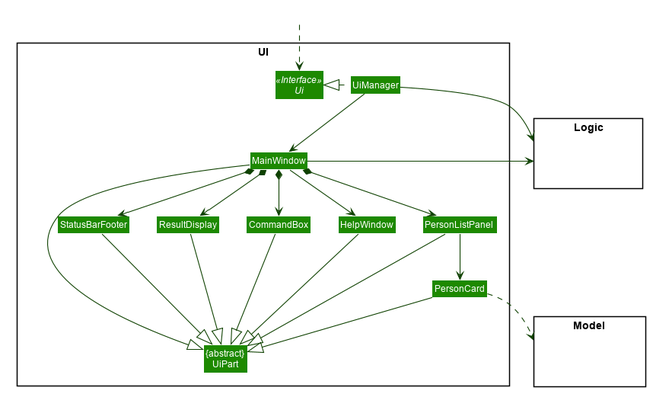
Earlier version of the PlantUML export docs/images/UiClassDiagram.png (nus-cs2103-AY2021S2/tp).
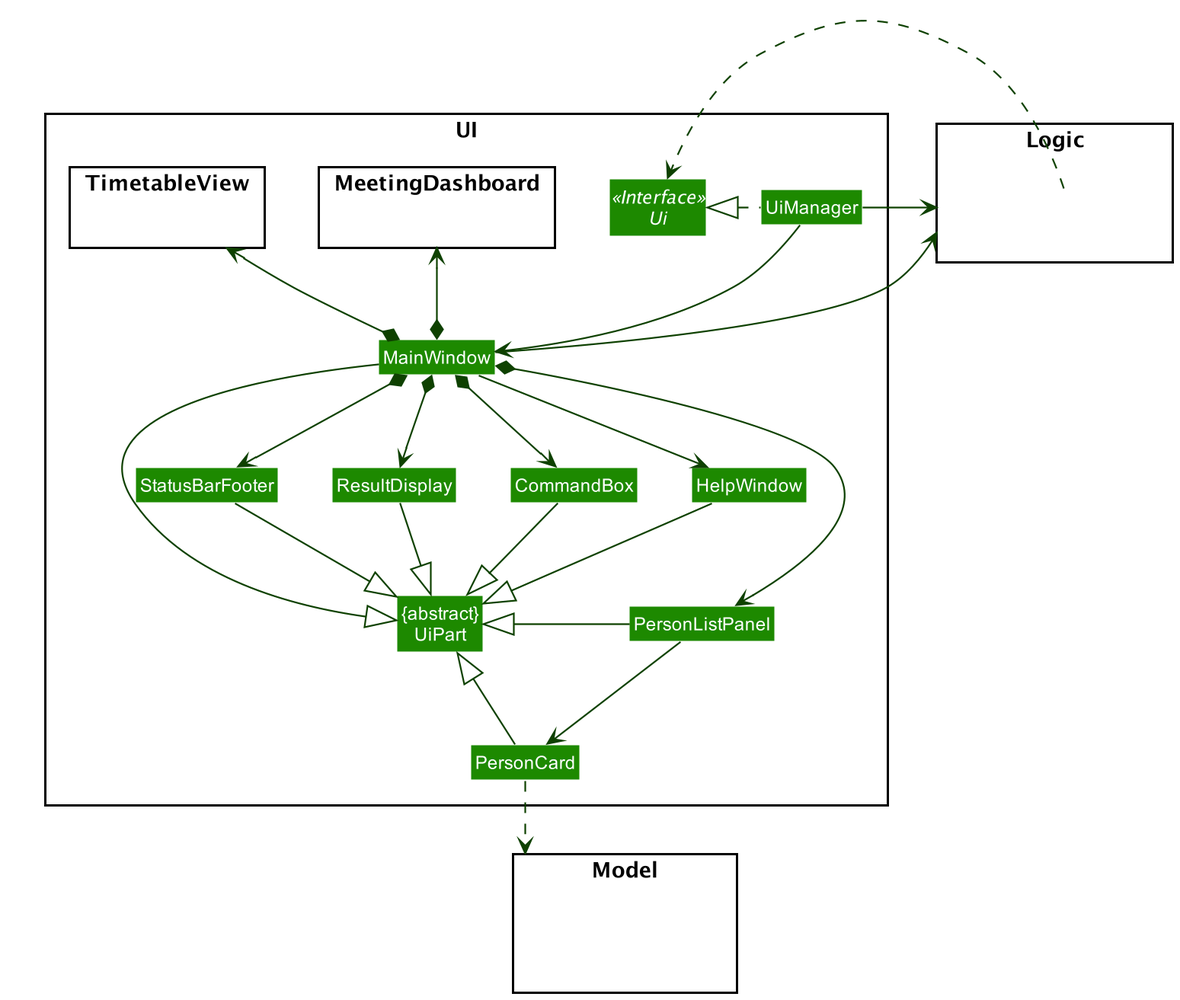
After the change.

Commit message:
Update Ui class Diagram

The edit, as a diff of the source:
```diff
@@ -1,55 +1,8 @@
 @startuml
-
-
-
-
-
-
-
-
-skinparam BackgroundColor #FFFFFFF
-
-skinparam Shadowing false
-
-skinparam Class {
-    FontColor #FFFFFF
-    BorderThickness 1
-    BorderColor #FFFFFF
-    StereotypeFontColor #FFFFFF
-    FontName Arial
-}
-
-skinparam Actor {
-    BorderColor #000000
-    Color #000000
-    FontName Arial
-}
-
-skinparam Sequence {
-    MessageAlign center
-    BoxFontSize 15
-    BoxPadding 0
-    BoxFontColor #FFFFFF
-    FontName Arial
-}
-
-skinparam Participant {
-    FontColor #FFFFFFF
-    Padding 20
-}
-
-skinparam MinClassWidth 50
-skinparam ParticipantPadding 10
-skinparam Shadowing false
-skinparam DefaultTextAlignment center
-skinparam packageStyle Rectangle
-
-hide footbox
-hide members
-hide circle
+!include style.puml
 skinparam arrowThickness 1.1
-skinparam arrowColor #0E4100
-skinparam classBackgroundColor #1D8900
+skinparam arrowColor UI_COLOR_T4
+skinparam classBackgroundColor UI_COLOR
 
 package UI <<Rectangle>>{
 Interface Ui <<Interface>>
@@ -62,6 +15,10 @@
 Class PersonCard
 Class StatusBarFooter
 Class CommandBox
+package TimetableView {
+}
+package MeetingDashboard{
+}
 }
 
 package Model <<Rectangle>> {
@@ -69,8 +26,10 @@
 }
 
 package Logic <<Rectangle>> {
-Class HiddenLogic #FFFFFF
+Class HiddenOutside #FFFFF
 }
+
+
 
 Class HiddenOutside #FFFFFF
 HiddenOutside ..> Ui
@@ -82,6 +41,11 @@
 MainWindow *-down-> ResultDisplay
 MainWindow *-down-> PersonListPanel
 MainWindow *-down-> StatusBarFooter
+MainWindow *-up-> TimetableView
+MainWindow *-up-> MeetingDashboard
+
+
+
 
 PersonListPanel -down-> PersonCard
 
@@ -89,10 +53,12 @@
 
 ResultDisplay --|> UiPart
 CommandBox --|> UiPart
-PersonListPanel --|> UiPart
+PersonListPanel -left-|> UiPart
 PersonCard --|> UiPart
 StatusBarFooter --|> UiPart
 HelpWindow -down-|> UiPart
+
+
 
 PersonCard ..> Model
 UiManager -right-> Logic
```
